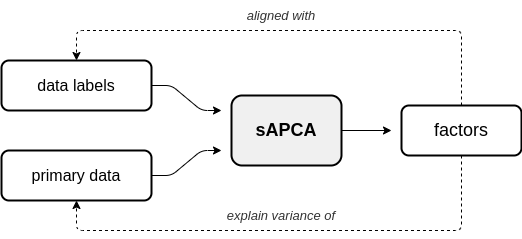
Earlier version of the draw.io export docs/source/_static/img/sapca_diagram.png (wecarsoniv/augmented-pca). Source tidied: cells renumbered, new cells last; positions are measured from the earlier drawing's top-left corner, leaving out a move shared by most shapes. Source of this version:
```xml
<mxGraphModel>
  <root>
    <mxCell id="0" />
    <mxCell id="1" parent="0" />
    <mxCell id="2" value="&lt;span style=&quot;font-size: 16px&quot;&gt;data labels&lt;/span&gt;" style="rounded=1;whiteSpace=wrap;html=1;strokeWidth=2;" parent="1" vertex="1">
      <mxGeometry y="60" width="150" height="50" as="geometry" />
    </mxCell>
    <mxCell id="3" value="&lt;font style=&quot;font-size: 16px&quot;&gt;primary data&lt;/font&gt;" style="rounded=1;whiteSpace=wrap;html=1;strokeWidth=2;" parent="1" vertex="1">
      <mxGeometry y="150" width="150" height="50" as="geometry" />
    </mxCell>
    <mxCell id="4" style="endArrow=classic;html=1;exitX=1;exitY=0.5;exitDx=0;exitDy=0;arcSize=12;" parent="1" edge="1" source="2">
      <mxGeometry relative="1" as="geometry">
        <mxPoint x="220" y="110" as="targetPoint" />
        <Array as="points">
          <mxPoint x="170" y="85" />
          <mxPoint x="200" y="110" />
        </Array>
      </mxGeometry>
    </mxCell>
    <mxCell id="5" style="endArrow=classic;html=1;exitX=1;exitY=0.5;exitDx=0;exitDy=0;jumpSize=6;arcSize=12;" parent="1" edge="1" source="3">
      <mxGeometry relative="1" as="geometry">
        <mxPoint x="220" y="150" as="targetPoint" />
        <Array as="points">
          <mxPoint x="170" y="175" />
          <mxPoint x="200" y="150" />
        </Array>
      </mxGeometry>
    </mxCell>
    <mxCell id="6" value="&lt;font style=&quot;font-size: 18px&quot;&gt;factors&lt;/font&gt;" style="rounded=1;whiteSpace=wrap;html=1;strokeWidth=2;" parent="1" vertex="1">
      <mxGeometry x="400" y="105" width="120" height="50" as="geometry" />
    </mxCell>
    <mxCell id="7" style="edgeStyle=orthogonalEdgeStyle;rounded=0;jumpSize=6;jettySize=auto;html=1;exitX=1;exitY=0.5;exitDx=0;exitDy=0;" parent="1" edge="1" source="8">
      <mxGeometry relative="1" as="geometry">
        <mxPoint x="390" y="130" as="targetPoint" />
      </mxGeometry>
    </mxCell>
    <mxCell id="8" value="&lt;font style=&quot;font-size: 18px&quot;&gt;&lt;b&gt;sAPCA&lt;/b&gt;&lt;/font&gt;" style="rounded=1;whiteSpace=wrap;html=1;strokeWidth=2;fillColor=#F0F0F0;" parent="1" vertex="1">
      <mxGeometry x="230" y="95" width="110" height="70" as="geometry" />
    </mxCell>
    <mxCell id="9" style="endArrow=classic;html=1;dashed=1;exitX=0.5;exitY=0;exitDx=0;exitDy=0;entryX=0.5;entryY=0;entryDx=0;entryDy=0;arcSize=12;" parent="1" edge="1" source="6" target="2">
      <mxGeometry relative="1" as="geometry">
        <Array as="points">
          <mxPoint x="460" y="30" />
          <mxPoint x="75" y="30" />
        </Array>
      </mxGeometry>
    </mxCell>
    <mxCell id="10" value="&lt;i&gt;&lt;font style=&quot;font-size: 13px&quot; color=&quot;#333333&quot;&gt;aligned with&lt;/font&gt;&lt;/i&gt;" style="text;html=1;strokeColor=none;fillColor=none;align=center;verticalAlign=middle;whiteSpace=wrap;rounded=0;" parent="1" vertex="1">
      <mxGeometry x="190" width="180" height="30" as="geometry" />
    </mxCell>
    <mxCell id="11" style="endArrow=classic;html=1;dashed=1;exitX=0.5;exitY=1;exitDx=0;exitDy=0;entryX=0.5;entryY=1;entryDx=0;entryDy=0;arcSize=12;" parent="1" edge="1" source="6" target="3">
      <mxGeometry relative="1" as="geometry">
        <Array as="points">
          <mxPoint x="460" y="230" />
          <mxPoint x="75" y="230" />
        </Array>
      </mxGeometry>
    </mxCell>
    <mxCell id="12" value="&lt;i&gt;&lt;font style=&quot;font-size: 13px&quot; color=&quot;#333333&quot;&gt;explain variance of&lt;/font&gt;&lt;/i&gt;" style="text;html=1;strokeColor=none;fillColor=none;align=center;verticalAlign=middle;whiteSpace=wrap;rounded=0;" parent="1" vertex="1">
      <mxGeometry x="190" y="200" width="180" height="30" as="geometry" />
    </mxCell>
    <mxCell id="13" style="edgeStyle=orthogonalEdgeStyle;rounded=0;jumpSize=6;orthogonalLoop=1;jettySize=auto;html=1;exitX=0.5;exitY=1;exitDx=0;exitDy=0;dashed=1;" parent="1" edge="1" source="8" target="8">
      <mxGeometry relative="1" as="geometry" />
    </mxCell>
  </root>
</mxGraphModel>
```
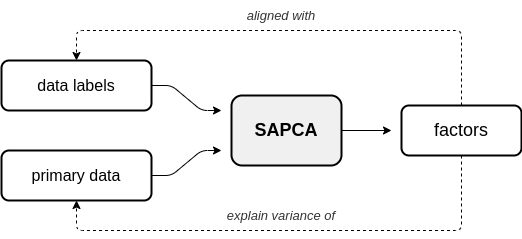
After the change.

Change to the diagram source:
```diff
@@ -34,7 +34,7 @@
         <mxPoint x="390" y="130" as="targetPoint" />
       </mxGeometry>
     </mxCell>
-    <mxCell id="8" value="&lt;font style=&quot;font-size: 18px&quot;&gt;&lt;b&gt;sAPCA&lt;/b&gt;&lt;/font&gt;" style="rounded=1;whiteSpace=wrap;html=1;strokeWidth=2;fillColor=#F0F0F0;" parent="1" vertex="1">
+    <mxCell id="8" value="&lt;font style=&quot;font-size: 18px&quot;&gt;&lt;b&gt;SAPCA&lt;/b&gt;&lt;/font&gt;" style="rounded=1;whiteSpace=wrap;html=1;strokeWidth=2;fillColor=#F0F0F0;" parent="1" vertex="1">
       <mxGeometry x="230" y="95" width="110" height="70" as="geometry" />
     </mxCell>
     <mxCell id="9" style="endArrow=classic;html=1;dashed=1;exitX=0.5;exitY=0;exitDx=0;exitDy=0;entryX=0.5;entryY=0;entryDx=0;entryDy=0;arcSize=12;" parent="1" edge="1" source="6" target="2">
```
